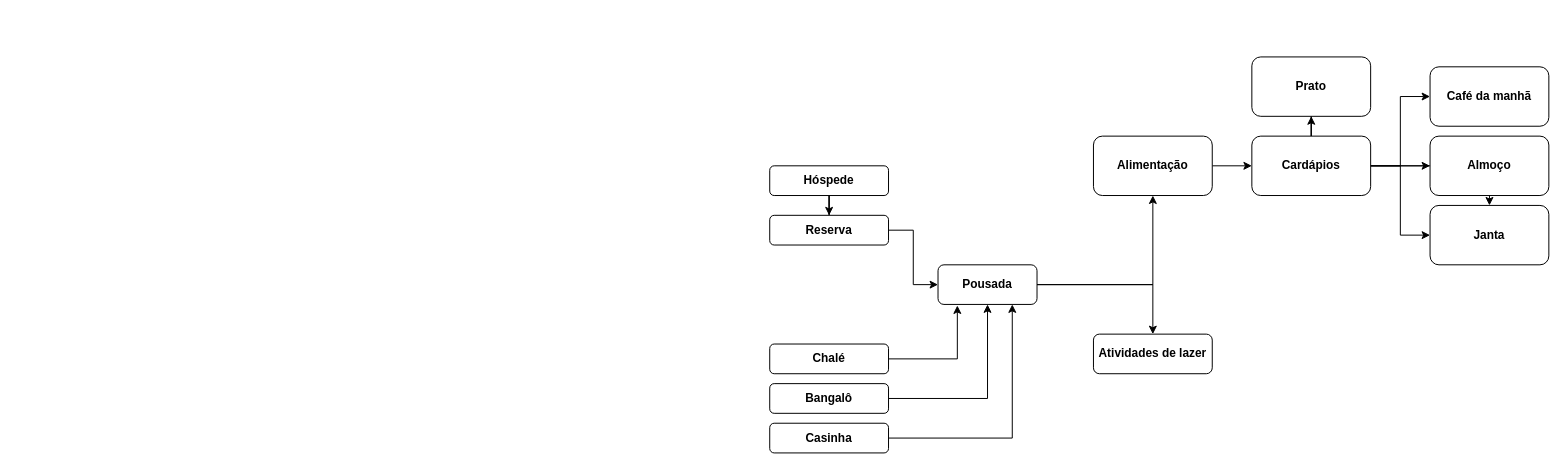
The draw.io diagram docs/Diagrama do sistema de pousadas.drawio in doramrx/SistemaDePousada, before the edit. Source tidied: cells renumbered, new cells numbered last; positions are measured from the earlier drawing's top-left corner, leaving out a move shared by most shapes. Both pictures are drawn from the tidied source at 99%, with x=0, y=0 at pixel (769, 56).
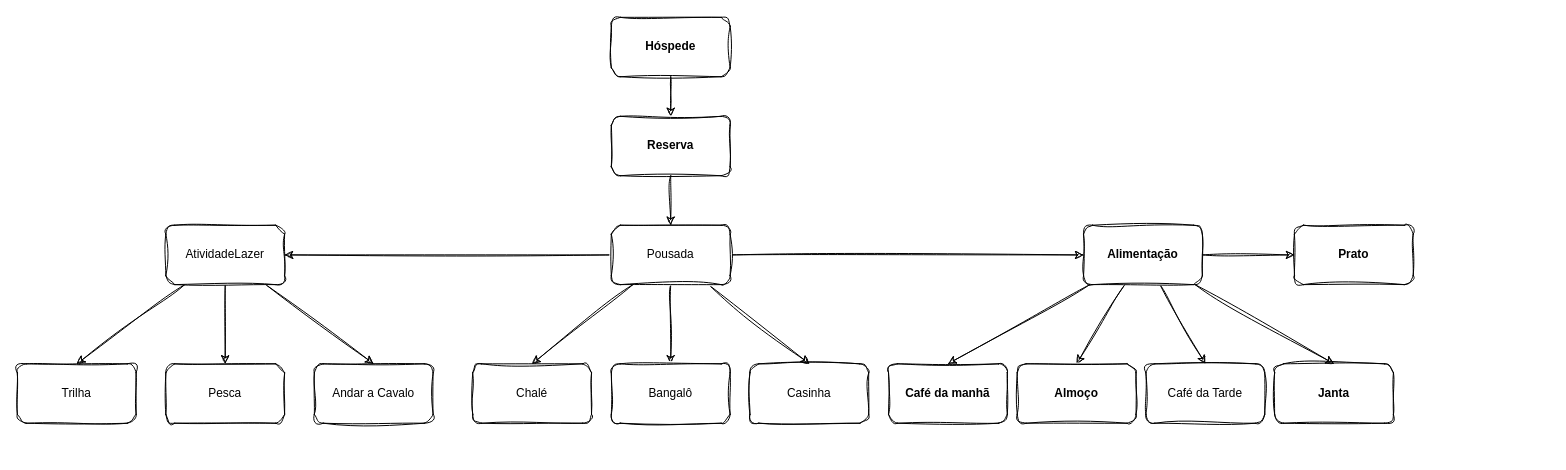
Above is the later version.

The edit, as a diff of the source:
```diff
@@
-    <mxCell id="2" style="edgeStyle=orthogonalEdgeStyle;rounded=0;jettySize=auto;html=1;entryX=0.195;entryY=1.027;entryDx=0;entryDy=0;entryPerimeter=0;" parent="1" edge="1" source="3" target="27">
-      <mxGeometry relative="1" as="geometry" />
-    </mxCell>
-    <mxCell id="3" value="&lt;b&gt;Chalé&lt;/b&gt;" style="rounded=1;whiteSpace=wrap;html=1;" parent="1" vertex="1">
-      <mxGeometry y="290" width="120" height="30" as="geometry" />
-    </mxCell>
-    <mxCell id="4" style="edgeStyle=orthogonalEdgeStyle;rounded=0;jettySize=auto;html=1;entryX=0.5;entryY=1;entryDx=0;entryDy=0;" parent="1" edge="1" source="5" target="27">
-      <mxGeometry relative="1" as="geometry" />
-    </mxCell>
-    <mxCell id="5" value="&lt;b&gt;Bangalô&lt;/b&gt;" style="rounded=1;whiteSpace=wrap;html=1;" parent="1" vertex="1">
-      <mxGeometry y="330" width="120" height="30" as="geometry" />
-    </mxCell>
-    <mxCell id="6" style="edgeStyle=orthogonalEdgeStyle;rounded=0;jettySize=auto;html=1;entryX=0.75;entryY=1;entryDx=0;entryDy=0;" parent="1" edge="1" source="7" target="27">
-      <mxGeometry relative="1" as="geometry" />
-    </mxCell>
-    <mxCell id="7" value="&lt;b&gt;Casinha&lt;/b&gt;" style="rounded=1;whiteSpace=wrap;html=1;" parent="1" vertex="1">
-      <mxGeometry y="370" width="120" height="30" as="geometry" />
-    </mxCell>
-    <mxCell id="8" style="edgeStyle=orthogonalEdgeStyle;rounded=0;jettySize=auto;html=1;" parent="1" edge="1" source="9" target="15">
-      <mxGeometry relative="1" as="geometry" />
-    </mxCell>
-    <mxCell id="9" value="&lt;b&gt;Alimentação&lt;/b&gt;" style="rounded=1;whiteSpace=wrap;html=1;" parent="1" vertex="1">
-      <mxGeometry x="327" y="80" width="120" height="60" as="geometry" />
-    </mxCell>
-    <mxCell id="10" style="edgeStyle=orthogonalEdgeStyle;rounded=0;jettySize=auto;html=1;" parent="1" edge="1" source="15" target="19">
+    <mxCell id="10" style="edgeStyle=orthogonalEdgeStyle;rounded=1;jettySize=auto;html=1;sketch=1;curveFitting=1;jiggle=2;" parent="1" edge="1" source="15" target="19">
       <mxGeometry relative="1" as="geometry" />
     </mxCell>
-    <mxCell id="11" style="edgeStyle=orthogonalEdgeStyle;rounded=0;jettySize=auto;html=1;" parent="1" edge="1" source="15" target="18">
-      <mxGeometry relative="1" as="geometry" />
-    </mxCell>
+    <mxCell id="13" style="edgeStyle=none;html=1;entryX=0.5;entryY=0;entryDx=0;entryDy=0;sketch=1;curveFitting=1;jiggle=2;" parent="1" edge="1" source="15" target="16">
+      <mxGeometry relative="1" as="geometry" />
+    </mxCell>
-    <mxCell id="12" style="edgeStyle=orthogonalEdgeStyle;rounded=0;jettySize=auto;html=1;" parent="1" edge="1" source="15" target="17">
+    <mxCell id="12" style="edgeStyle=none;html=1;entryX=0.5;entryY=0;entryDx=0;entryDy=0;sketch=1;curveFitting=1;jiggle=2;" parent="1" edge="1" source="15" target="17">
       <mxGeometry relative="1" as="geometry" />
     </mxCell>
-    <mxCell id="13" style="edgeStyle=orthogonalEdgeStyle;rounded=0;jettySize=auto;html=1;entryX=0;entryY=0.5;entryDx=0;entryDy=0;" parent="1" edge="1" source="15" target="16">
-      <mxGeometry relative="1" as="geometry" />
-    </mxCell>
-    <mxCell id="14" style="edgeStyle=orthogonalEdgeStyle;rounded=0;jettySize=auto;html=1;entryX=0;entryY=0.5;entryDx=0;entryDy=0;" parent="1" edge="1" source="15" target="18">
-      <mxGeometry relative="1" as="geometry" />
-    </mxCell>
+    <mxCell id="28" style="edgeStyle=none;html=1;entryX=0.5;entryY=0;entryDx=0;entryDy=0;sketch=1;curveFitting=1;jiggle=2;" parent="1" edge="1" source="15" target="39">
+      <mxGeometry relative="1" as="geometry" />
+    </mxCell>
+    <mxCell id="29" style="edgeStyle=none;html=1;entryX=0.5;entryY=0;entryDx=0;entryDy=0;sketch=1;curveFitting=1;jiggle=2;" parent="1" edge="1" source="15" target="18">
+      <mxGeometry relative="1" as="geometry" />
+    </mxCell>
-    <mxCell id="15" value="&lt;b&gt;Cardápios&lt;/b&gt;" style="rounded=1;whiteSpace=wrap;html=1;" parent="1" vertex="1">
-      <mxGeometry x="487" y="80" width="120" height="60" as="geometry" />
+    <mxCell id="15" value="&lt;b&gt;Alimentação&lt;/b&gt;" style="rounded=1;whiteSpace=wrap;html=1;sketch=1;curveFitting=1;jiggle=2;" parent="1" vertex="1">
+      <mxGeometry x="317" y="170" width="120" height="60" as="geometry" />
     </mxCell>
-    <mxCell id="16" value="Café da manhã" style="rounded=1;whiteSpace=wrap;html=1;fontStyle=1;" parent="1" vertex="1">
-      <mxGeometry x="667" y="10" width="120" height="60" as="geometry" />
+    <mxCell id="16" value="Café da manhã" style="rounded=1;whiteSpace=wrap;html=1;fontStyle=1;sketch=1;curveFitting=1;jiggle=2;" parent="1" vertex="1">
+      <mxGeometry x="120" y="310" width="120" height="60" as="geometry" />
     </mxCell>
-    <mxCell id="17" value="Almoço" style="rounded=1;whiteSpace=wrap;html=1;fontStyle=1;" parent="1" vertex="1">
-      <mxGeometry x="667" y="80" width="120" height="60" as="geometry" />
+    <mxCell id="17" value="Almoço" style="rounded=1;whiteSpace=wrap;html=1;fontStyle=1;sketch=1;curveFitting=1;jiggle=2;" parent="1" vertex="1">
+      <mxGeometry x="250" y="310" width="120" height="60" as="geometry" />
     </mxCell>
-    <mxCell id="18" value="Janta" style="rounded=1;whiteSpace=wrap;html=1;fontStyle=1;" parent="1" vertex="1">
-      <mxGeometry x="667" y="150" width="120" height="60" as="geometry" />
+    <mxCell id="18" value="Janta" style="rounded=1;whiteSpace=wrap;html=1;fontStyle=1;sketch=1;curveFitting=1;jiggle=2;" parent="1" vertex="1">
+      <mxGeometry x="510" y="310" width="120" height="60" as="geometry" />
     </mxCell>
-    <mxCell id="19" value="&lt;b&gt;Prato&lt;/b&gt;" style="rounded=1;whiteSpace=wrap;html=1;" parent="1" vertex="1">
-      <mxGeometry x="487" width="120" height="60" as="geometry" />
+    <mxCell id="19" value="&lt;b&gt;Prato&lt;/b&gt;" style="rounded=1;whiteSpace=wrap;html=1;sketch=1;curveFitting=1;jiggle=2;" parent="1" vertex="1">
+      <mxGeometry x="530" y="170" width="120" height="60" as="geometry" />
     </mxCell>
-    <mxCell id="20" value="&lt;b&gt;Atividades de lazer&lt;/b&gt;" style="rounded=1;whiteSpace=wrap;html=1;" parent="1" vertex="1">
-      <mxGeometry x="327" y="280" width="120" height="40" as="geometry" />
-    </mxCell>
-    <mxCell id="21" style="edgeStyle=orthogonalEdgeStyle;rounded=0;jettySize=auto;html=1;" parent="1" edge="1" source="22" target="24">
+    <mxCell id="21" style="edgeStyle=none;html=1;entryX=0.5;entryY=0;entryDx=0;entryDy=0;sketch=1;curveFitting=1;jiggle=2;" parent="1" edge="1" source="22" target="24">
       <mxGeometry relative="1" as="geometry" />
     </mxCell>
-    <mxCell id="22" value="Hóspede" style="rounded=1;whiteSpace=wrap;html=1;fontStyle=1;" parent="1" vertex="1">
-      <mxGeometry y="110" width="120" height="30" as="geometry" />
+    <mxCell id="22" value="&lt;span style=&quot;font-weight: 700;&quot;&gt;Hóspede&lt;/span&gt;" style="rounded=1;whiteSpace=wrap;html=1;sketch=1;curveFitting=1;jiggle=2;" parent="1" vertex="1">
+      <mxGeometry x="-160" y="-40" width="120" height="60" as="geometry" />
     </mxCell>
-    <mxCell id="23" style="edgeStyle=orthogonalEdgeStyle;rounded=0;jettySize=auto;html=1;entryX=0;entryY=0.5;entryDx=0;entryDy=0;" parent="1" edge="1" source="24" target="27">
+    <mxCell id="23" style="edgeStyle=none;html=1;exitX=0.5;exitY=1;exitDx=0;exitDy=0;entryX=0.5;entryY=0;entryDx=0;entryDy=0;sketch=1;curveFitting=1;jiggle=2;" parent="1" edge="1" source="24" target="27">
       <mxGeometry relative="1" as="geometry" />
     </mxCell>
-    <mxCell id="24" value="Reserva" style="rounded=1;whiteSpace=wrap;html=1;fontStyle=1;" parent="1" vertex="1">
-      <mxGeometry y="160" width="120" height="30" as="geometry" />
+    <mxCell id="24" value="&lt;span style=&quot;font-weight: 700;&quot;&gt;Reserva&lt;/span&gt;" style="rounded=1;whiteSpace=wrap;html=1;sketch=1;curveFitting=1;jiggle=2;" parent="1" vertex="1">
+      <mxGeometry x="-160" y="60" width="120" height="60" as="geometry" />
     </mxCell>
-    <mxCell id="25" style="edgeStyle=orthogonalEdgeStyle;rounded=0;jettySize=auto;html=1;" parent="1" edge="1" source="27" target="9">
-      <mxGeometry relative="1" as="geometry" />
-    </mxCell>
-    <mxCell id="26" style="edgeStyle=orthogonalEdgeStyle;rounded=0;jettySize=auto;html=1;" parent="1" edge="1" source="27" target="20">
-      <mxGeometry relative="1" as="geometry" />
-    </mxCell>
+    <mxCell id="30" style="edgeStyle=none;html=1;entryX=0.5;entryY=0;entryDx=0;entryDy=0;sketch=1;curveFitting=1;jiggle=2;" parent="1" edge="1" source="27" target="5">
+      <mxGeometry relative="1" as="geometry" />
+    </mxCell>
+    <mxCell id="31" style="edgeStyle=none;html=1;entryX=0.5;entryY=0;entryDx=0;entryDy=0;sketch=1;curveFitting=1;jiggle=2;" parent="1" edge="1" source="27" target="7">
+      <mxGeometry relative="1" as="geometry" />
+    </mxCell>
+    <mxCell id="32" style="edgeStyle=none;html=1;entryX=0;entryY=0.5;entryDx=0;entryDy=0;sketch=1;curveFitting=1;jiggle=2;" parent="1" edge="1" source="27" target="15">
+      <mxGeometry relative="1" as="geometry" />
+    </mxCell>
+    <mxCell id="33" style="edgeStyle=none;html=1;entryX=0.5;entryY=0;entryDx=0;entryDy=0;sketch=1;curveFitting=1;jiggle=2;" parent="1" edge="1" source="27" target="3">
+      <mxGeometry relative="1" as="geometry" />
+    </mxCell>
+    <mxCell id="34" style="edgeStyle=none;html=1;entryX=1;entryY=0.5;entryDx=0;entryDy=0;sketch=1;curveFitting=1;jiggle=2;" parent="1" edge="1" source="27" target="38">
+      <mxGeometry relative="1" as="geometry" />
+    </mxCell>
-    <mxCell id="27" value="Pousada" style="rounded=1;whiteSpace=wrap;html=1;fontStyle=1;fillColor=none;" parent="1" vertex="1">
-      <mxGeometry x="170" y="210" width="100" height="40" as="geometry" />
+    <mxCell id="27" value="Pousada" style="rounded=1;whiteSpace=wrap;html=1;sketch=1;curveFitting=1;jiggle=2;" parent="1" vertex="1">
+      <mxGeometry x="-160" y="170" width="120" height="60" as="geometry" />
     </mxCell>
+    <mxCell id="3" value="Chalé" style="rounded=1;whiteSpace=wrap;html=1;sketch=1;curveFitting=1;jiggle=2;" parent="1" vertex="1">
+      <mxGeometry x="-300" y="310" width="120" height="60" as="geometry" />
+    </mxCell>
+    <mxCell id="5" value="Bangalô" style="rounded=1;whiteSpace=wrap;html=1;sketch=1;curveFitting=1;jiggle=2;" parent="1" vertex="1">
+      <mxGeometry x="-160" y="310" width="120" height="60" as="geometry" />
+    </mxCell>
+    <mxCell id="7" value="Casinha" style="rounded=1;whiteSpace=wrap;html=1;sketch=1;curveFitting=1;jiggle=2;" parent="1" vertex="1">
+      <mxGeometry x="-20" y="310" width="120" height="60" as="geometry" />
+    </mxCell>
+    <mxCell id="35" style="edgeStyle=none;html=1;entryX=0.5;entryY=0;entryDx=0;entryDy=0;sketch=1;curveFitting=1;jiggle=2;" parent="1" edge="1" source="38" target="40">
+      <mxGeometry relative="1" as="geometry" />
+    </mxCell>
+    <mxCell id="36" style="edgeStyle=none;html=1;entryX=0.5;entryY=0;entryDx=0;entryDy=0;sketch=1;curveFitting=1;jiggle=2;" parent="1" edge="1" source="38" target="41">
+      <mxGeometry relative="1" as="geometry" />
+    </mxCell>
+    <mxCell id="37" style="edgeStyle=none;html=1;entryX=0.5;entryY=0;entryDx=0;entryDy=0;sketch=1;curveFitting=1;jiggle=2;" parent="1" edge="1" source="38" target="42">
+      <mxGeometry relative="1" as="geometry" />
+    </mxCell>
+    <mxCell id="38" value="AtividadeLazer" style="rounded=1;whiteSpace=wrap;html=1;sketch=1;curveFitting=1;jiggle=2;" parent="1" vertex="1">
+      <mxGeometry x="-610" y="170" width="120" height="60" as="geometry" />
+    </mxCell>
+    <mxCell id="39" value="Café da Tarde" style="rounded=1;whiteSpace=wrap;html=1;sketch=1;curveFitting=1;jiggle=2;" parent="1" vertex="1">
+      <mxGeometry x="380" y="310" width="120" height="60" as="geometry" />
+    </mxCell>
+    <mxCell id="40" value="Trilha" style="rounded=1;whiteSpace=wrap;html=1;sketch=1;curveFitting=1;jiggle=2;" parent="1" vertex="1">
+      <mxGeometry x="-760" y="310" width="120" height="60" as="geometry" />
+    </mxCell>
+    <mxCell id="41" value="Pesca" style="rounded=1;whiteSpace=wrap;html=1;sketch=1;curveFitting=1;jiggle=2;" parent="1" vertex="1">
+      <mxGeometry x="-610" y="310" width="120" height="60" as="geometry" />
+    </mxCell>
+    <mxCell id="42" value="Andar a Cavalo" style="rounded=1;whiteSpace=wrap;html=1;sketch=1;curveFitting=1;jiggle=2;" parent="1" vertex="1">
+      <mxGeometry x="-460" y="310" width="120" height="60" as="geometry" />
+    </mxCell>
```
